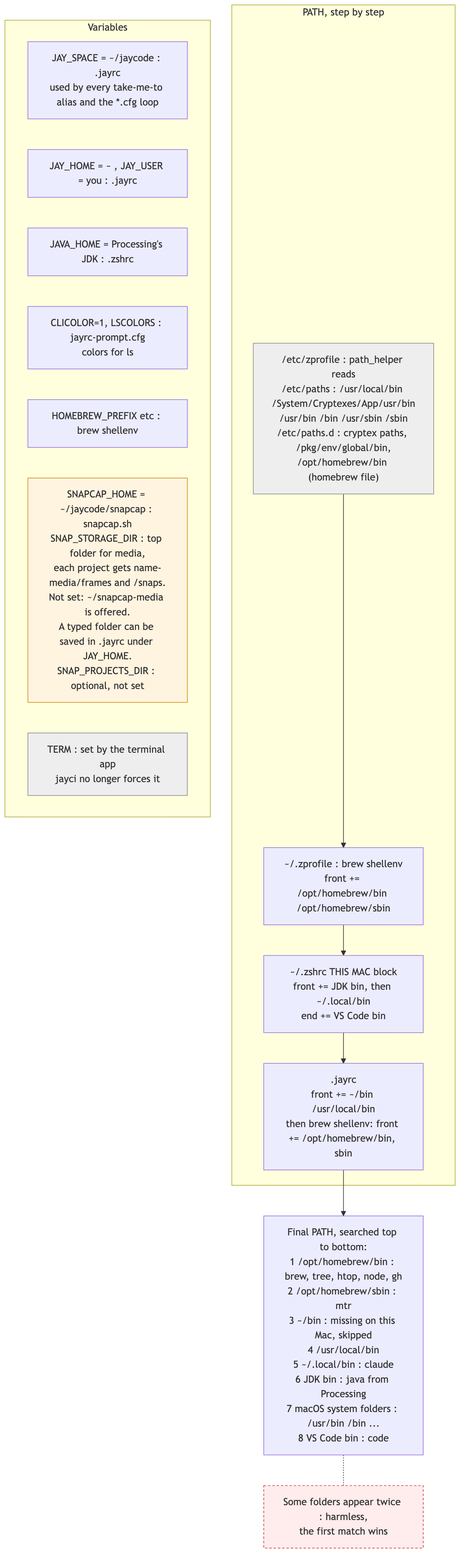
Above: docs/diagrams/7-path-and-variables.png in jaycody/jayci (Mermaid), before the change. Its source is kept beside it as docs/diagrams/7-path-and-variables.mmd.
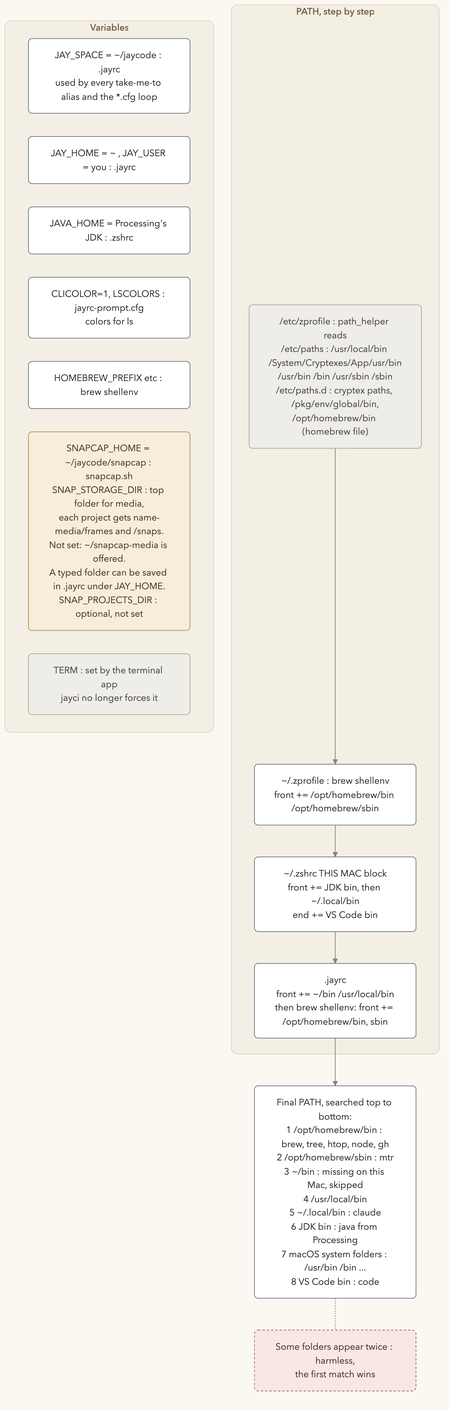
The same file after the commit.

Diff of the diagram source:
```diff
@@ -20,9 +20,10 @@
         V7["TERM : set by the terminal app<br/>jayci no longer forces it"]
     end
 
-    classDef ext fill:#fff4e0,stroke:#d08a00,color:#333
-    classDef sys fill:#eeeeee,stroke:#888,color:#333
-    classDef quirk fill:#ffecec,stroke:#c33,color:#333,stroke-dasharray: 4 3
+    classDef ext fill:#F6EDDA,stroke:#A9843A,color:#3D3322
+    classDef sys fill:#EFEDE8,stroke:#A39E93,color:#4A4740
+    classDef quirk fill:#F7E8E5,stroke:#9B4A43,color:#4A2A27,stroke-dasharray: 4 3
     class V6 ext
     class P1,V7 sys
     class Q1 quirk
+
```
